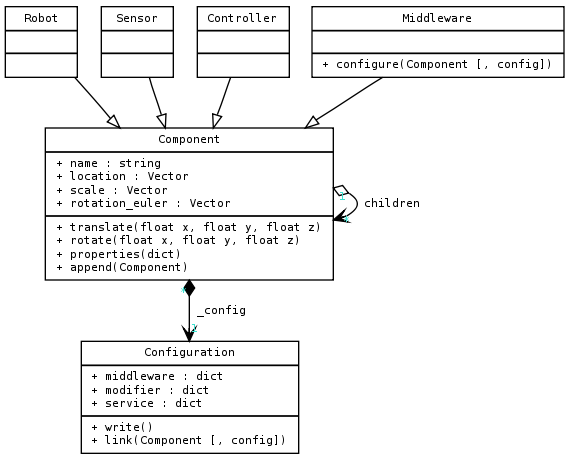
This is doc/media/morsebuilder_uml.png from morse-simulator/morse, a Graphviz export, as it was before one commit. Its source is kept beside it as doc/morse/dev/morsebuilder_uml.dot.
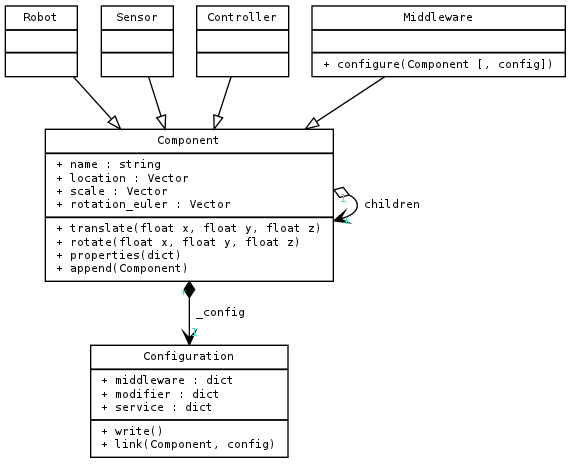
The same diagram one commit later.

Commit message:
fix builder diagram

Change to the diagram source:
```diff
@@ -15,11 +15,11 @@
     fontname = "DejaVu Sans Mono"
     fontsize = 8
     color = "black"
-    arrowhead = empty
+    arrowhead = onormal
   ]
 
   Configuration [
-    label = "{Configuration|+ middleware : dict\l+ modifier : dict\l+ service : dict\l|+ write()\l+ link(Component [, config])\l}"
+    label = "{Configuration|+ middleware : dict\l+ modifier : dict\l+ service : dict\l|+ write()\l+ link(Component, config)\l}"
   ]
   Component [
     label="{Component|+ name : string\l+ location : Vector\l+ scale : Vector\l+ rotation_euler : Vector\l|+ translate(float x, float y, float z)\l+ rotate(float x, float y, float z)\l+ properties(dict)\l+ append(Component)\l}"
@@ -41,8 +41,8 @@
   Sensor -> Component
   Controller -> Component
   Middleware -> Component
-  Component -> Configuration [arrowhead=open, arrowtail=diamond,
+  Component -> Configuration [dir=both, arrowhead=vee, arrowtail=diamond,
     taillabel=" * ", label=" _config ", headlabel=" 1 ", labelfontcolor="turquoise"]
-  Component -> Component [arrowhead=open, arrowtail=ediamond,
+  Component -> Component [dir=both, arrowhead=vee, arrowtail=odiamond,
     taillabel=" 1 ", label=" children ", headlabel=" * ", labelfontcolor="turquoise"]
 }
```
